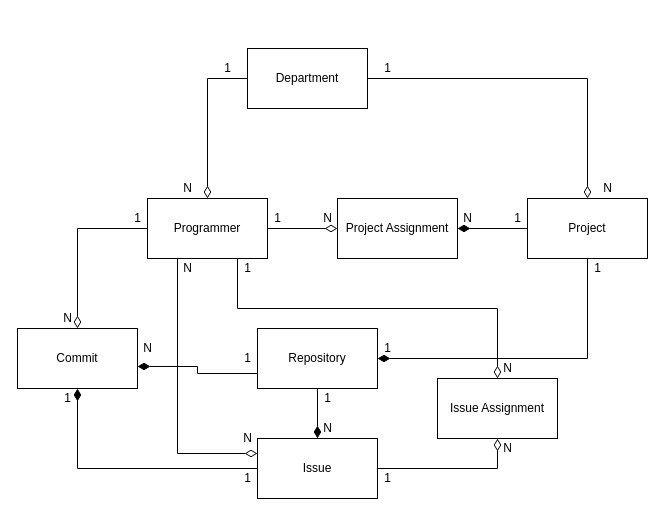
Before: DataAccessSLJPA/diagrams/diagrama_clases.drawio in sps169/DataAccessSL, a draw.io diagram. Source tidied: cells renumbered, new cells numbered last; positions are measured from the earlier drawing's top-left corner, leaving out a move shared by most shapes. Both pictures are drawn from the tidied source at 100%, with x=0, y=0 at pixel (17, 48).
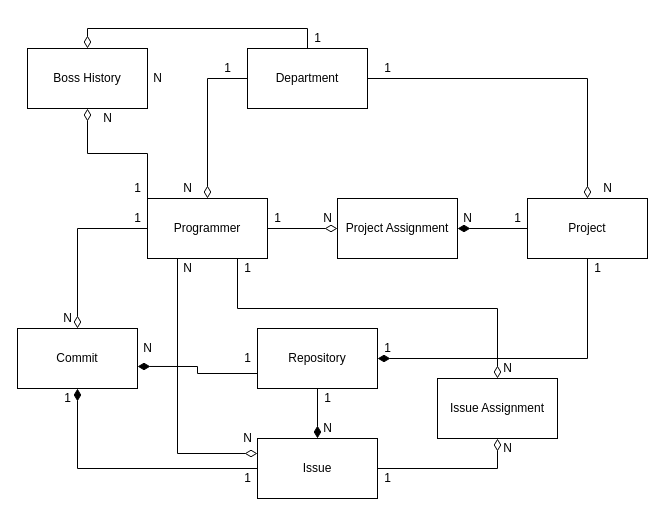
Above is the later version.

Unchanged cells that the change refers to:
```xml
<mxCell id="6" value="Programmer" style="rounded=0;whiteSpace=wrap;html=1;" parent="1" vertex="1">
  <mxGeometry x="130" y="150" width="120" height="60" as="geometry" />
</mxCell>
<mxCell id="9" value="Department" style="rounded=0;whiteSpace=wrap;html=1;" parent="1" vertex="1">
  <mxGeometry x="230" width="120" height="60" as="geometry" />
</mxCell>
```

Diff of the diagram source:
```diff
@@
+    <mxCell id="46" style="edgeStyle=orthogonalEdgeStyle;rounded=0;jettySize=auto;html=1;exitX=0.5;exitY=0;exitDx=0;exitDy=0;entryX=0.5;entryY=0;entryDx=0;entryDy=0;endArrow=diamondThin;endFill=0;endSize=10;" parent="1" edge="1" source="9" target="48">
+      <mxGeometry relative="1" as="geometry" />
+    </mxCell>
@@
+    <mxCell id="47" style="edgeStyle=orthogonalEdgeStyle;rounded=0;jettySize=auto;html=1;exitX=0.5;exitY=1;exitDx=0;exitDy=0;entryX=0;entryY=0;entryDx=0;entryDy=0;endArrow=none;endFill=0;startSize=10;startArrow=diamondThin;startFill=0;" parent="1" edge="1" source="48" target="6">
+      <mxGeometry relative="1" as="geometry" />
+    </mxCell>
+    <mxCell id="48" value="Boss History" style="whiteSpace=wrap;html=1;" parent="1" vertex="1">
+      <mxGeometry x="10" width="120" height="60" as="geometry" />
+    </mxCell>
+    <mxCell id="49" value="1" style="text;html=1;align=center;verticalAlign=middle;strokeColor=none;" parent="1" vertex="1">
+      <mxGeometry x="110" y="130" width="20" height="20" as="geometry" />
+    </mxCell>
+    <mxCell id="50" value="N" style="text;html=1;align=center;verticalAlign=middle;strokeColor=none;" parent="1" vertex="1">
+      <mxGeometry x="80" y="60" width="20" height="20" as="geometry" />
+    </mxCell>
+    <mxCell id="51" value="N" style="text;html=1;align=center;verticalAlign=middle;strokeColor=none;" parent="1" vertex="1">
+      <mxGeometry x="130" y="20" width="20" height="20" as="geometry" />
+    </mxCell>
+    <mxCell id="52" value="1" style="text;html=1;align=center;verticalAlign=middle;strokeColor=none;" parent="1" vertex="1">
+      <mxGeometry x="290" y="-20" width="20" height="20" as="geometry" />
+    </mxCell>
```
